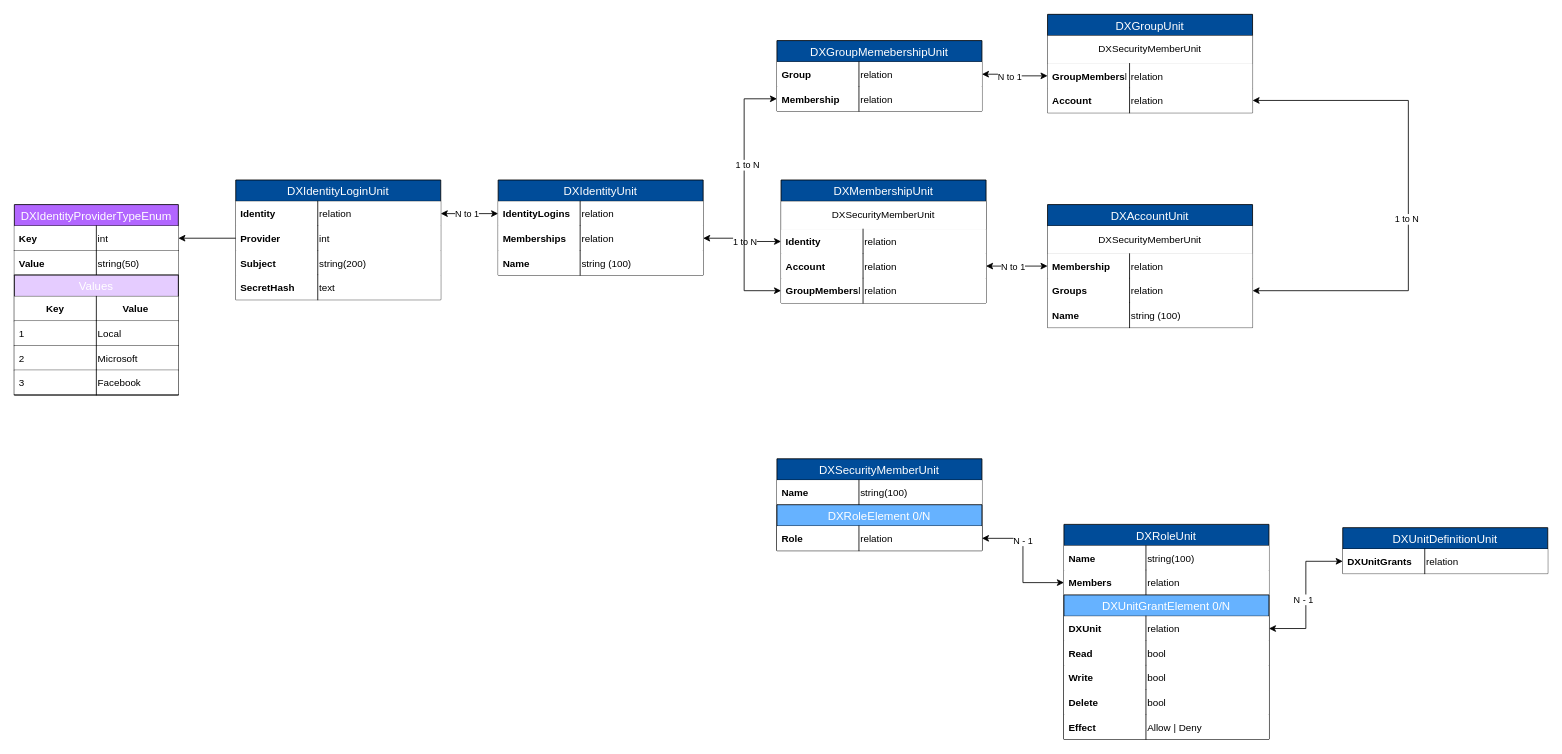
Before: page "Page-1" (1 of 2) of diagrams/DXUserDataStructure.drawio in IgnisVitalis/IV.DX, a draw.io diagram. Source tidied: cells renumbered, new cells numbered last; positions are measured from the earlier drawing's top-left corner, leaving out a move shared by most shapes. Both pictures are drawn from the tidied source at 82%, with x=0, y=0 at pixel (14, 14).
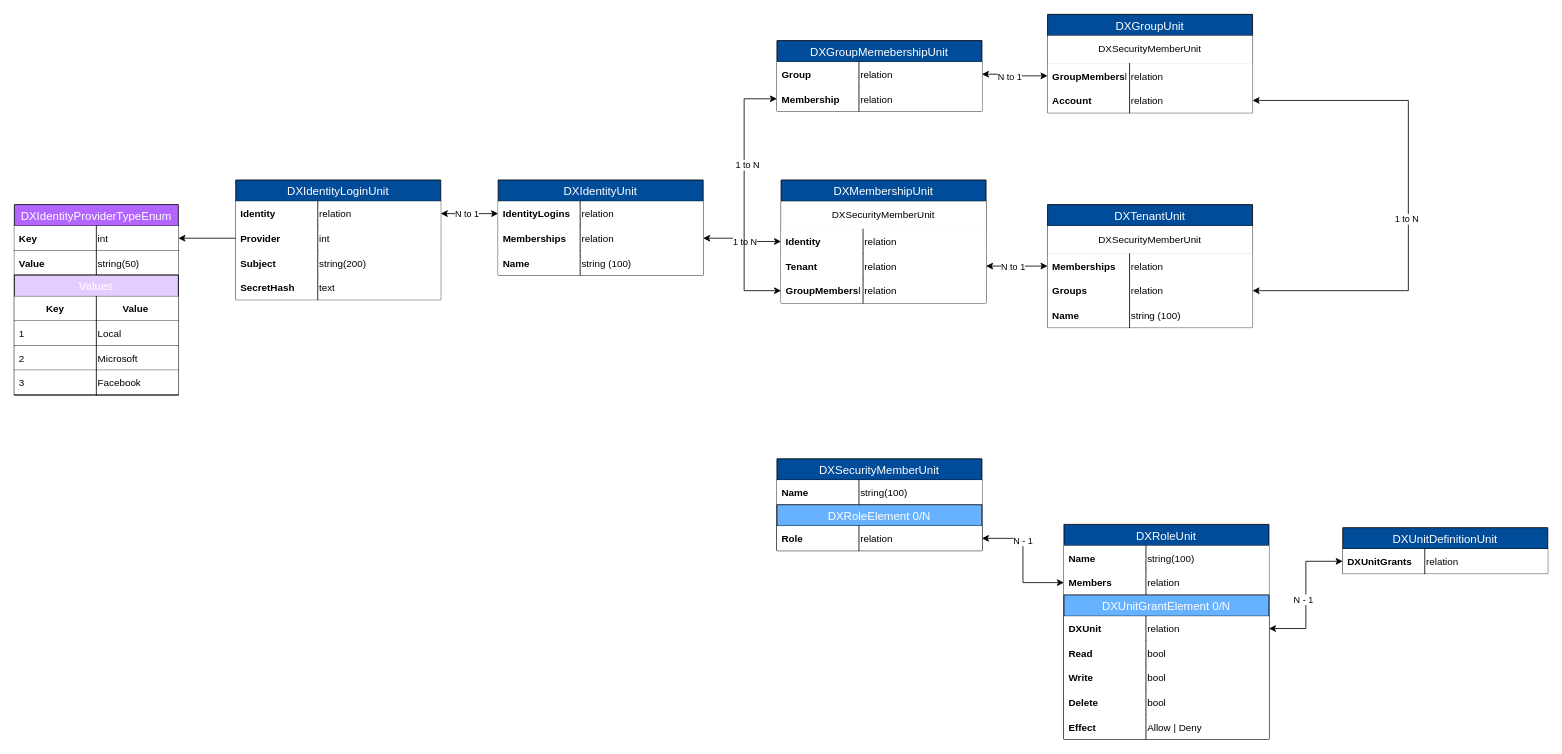
The same page after the edit.

The change refers to these unchanged cells:
```xml
<mxCell id="44" value="relation" style="shape=partialRectangle;top=0;left=0;right=0;bottom=1;align=left;verticalAlign=middle;spacingLeft=100;spacingRight=4;overflow=hidden;points=[[0,0.5],[1,0.5]];portConstraint=eastwest;fontStyle=0;fontSize=12;strokeColor=none;" parent="41" vertex="1">
  <mxGeometry y="60" width="250" height="30" as="geometry" />
</mxCell>
<mxCell id="55" value="relation" style="shape=partialRectangle;top=0;left=0;right=0;bottom=1;align=left;verticalAlign=middle;spacingLeft=100;spacingRight=4;overflow=hidden;points=[[0,0.5],[1,0.5]];portConstraint=eastwest;fontStyle=0;fontSize=12;strokeColor=none;" parent="50" vertex="1">
  <mxGeometry y="90" width="250" height="30" as="geometry" />
</mxCell>
```

The edit, as a diff of the source:
```diff
@@
-    <mxCell id="41" value="DXAccountUnit" style="swimlane;fontStyle=0;horizontal=1;startSize=26;fillColor=#004C99;swimlaneFillColor=#ffffff;align=center;fontSize=14;fontColor=#FFFFFF;" parent="1" vertex="1">
+    <mxCell id="41" value="DXTenantUnit" style="swimlane;fontStyle=0;horizontal=1;startSize=26;fillColor=#004C99;swimlaneFillColor=#ffffff;align=center;fontSize=14;fontColor=#FFFFFF;" parent="1" vertex="1">
       <mxGeometry x="1260" y="232" width="250" height="150" as="geometry" />
     </mxCell>
@@
-    <mxCell id="45" value="Membership" style="shape=partialRectangle;fontStyle=1;top=0;left=0;bottom=0;fillColor=none;align=left;verticalAlign=middle;spacingLeft=4;spacingRight=4;overflow=hidden;fontSize=12;" parent="44" vertex="1">
+    <mxCell id="45" value="Memberships" style="shape=partialRectangle;fontStyle=1;top=0;left=0;bottom=0;fillColor=none;align=left;verticalAlign=middle;spacingLeft=4;spacingRight=4;overflow=hidden;fontSize=12;" parent="44" vertex="1">
       <mxGeometry width="100" height="30" as="geometry" />
     </mxCell>
@@
-    <mxCell id="56" value="Account" style="shape=partialRectangle;fontStyle=1;top=0;left=0;bottom=0;fillColor=none;align=left;verticalAlign=middle;spacingLeft=4;spacingRight=4;overflow=hidden;fontSize=12;" parent="55" vertex="1">
+    <mxCell id="56" value="Tenant" style="shape=partialRectangle;fontStyle=1;top=0;left=0;bottom=0;fillColor=none;align=left;verticalAlign=middle;spacingLeft=4;spacingRight=4;overflow=hidden;fontSize=12;" parent="55" vertex="1">
       <mxGeometry width="100" height="30" as="geometry" />
     </mxCell>
```
